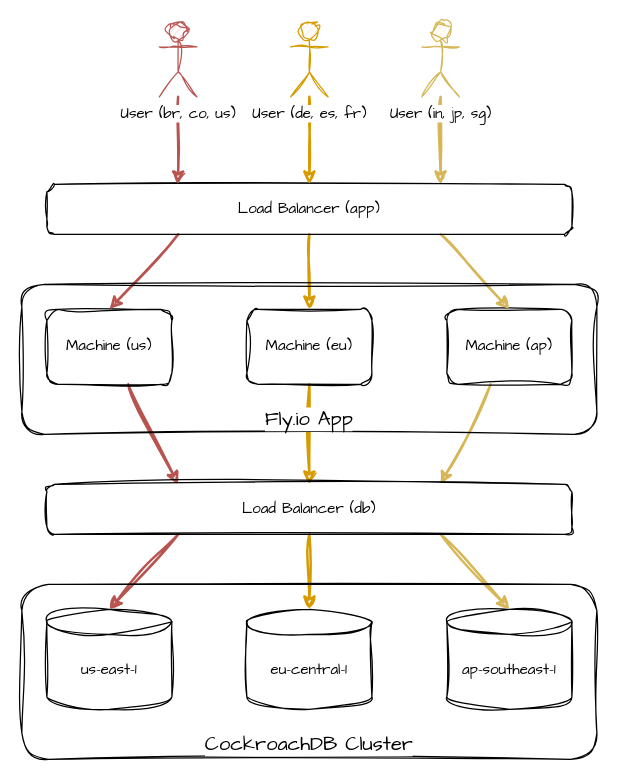
Earlier version of the draw.io diagram use_cases/ecommerce/architecture.drawio (cockroachdb/demo-video-code). Source tidied: cells renumbered, new cells numbered last; positions are measured from the earlier drawing's top-left corner, leaving out a move shared by most shapes. Both pictures are drawn from the tidied source at 125%, with x=0, y=0 at pixel (21, 21).
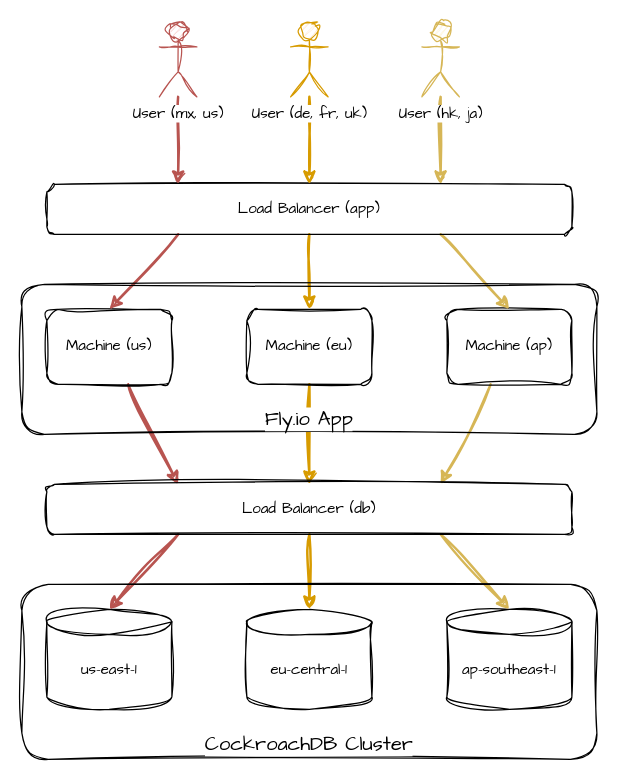
Above is the later version.

Change to the diagram source:
```diff
@@
-    <mxCell id="20" value="User (br, co, us)" style="shape=umlActor;verticalLabelPosition=bottom;verticalAlign=top;html=1;outlineConnect=0;sketch=1;hachureGap=4;jiggle=2;curveFitting=1;fontFamily=Architects Daughter;fontSize=12;fillColor=#f8cecc;labelBackgroundColor=default;strokeColor=#b85450;" parent="1" vertex="1">
+    <mxCell id="20" value="User (mx, us)" style="shape=umlActor;verticalLabelPosition=bottom;verticalAlign=top;html=1;outlineConnect=0;sketch=1;hachureGap=4;jiggle=2;curveFitting=1;fontFamily=Architects Daughter;fontSize=12;fillColor=#f8cecc;labelBackgroundColor=default;strokeColor=#b85450;" parent="1" vertex="1">
       <mxGeometry x="110" width="30" height="60" as="geometry" />
     </mxCell>
@@
-    <mxCell id="22" value="User (de, es, fr)" style="shape=umlActor;verticalLabelPosition=bottom;verticalAlign=top;html=1;outlineConnect=0;sketch=1;hachureGap=4;jiggle=2;curveFitting=1;fontFamily=Architects Daughter;fontSize=12;fillColor=#ffe6cc;labelBackgroundColor=default;strokeColor=#d79b00;" parent="1" vertex="1">
+    <mxCell id="22" value="User (de, fr, uk)" style="shape=umlActor;verticalLabelPosition=bottom;verticalAlign=top;html=1;outlineConnect=0;sketch=1;hachureGap=4;jiggle=2;curveFitting=1;fontFamily=Architects Daughter;fontSize=12;fillColor=#ffe6cc;labelBackgroundColor=default;strokeColor=#d79b00;" parent="1" vertex="1">
       <mxGeometry x="215" width="30" height="60" as="geometry" />
     </mxCell>
@@
-    <mxCell id="24" value="User (in, jp, sg)" style="shape=umlActor;verticalLabelPosition=bottom;verticalAlign=top;html=1;outlineConnect=0;sketch=1;hachureGap=4;jiggle=2;curveFitting=1;fontFamily=Architects Daughter;fontSize=12;fillColor=#fff2cc;labelBackgroundColor=default;strokeColor=#d6b656;" parent="1" vertex="1">
+    <mxCell id="24" value="User (hk, ja)" style="shape=umlActor;verticalLabelPosition=bottom;verticalAlign=top;html=1;outlineConnect=0;sketch=1;hachureGap=4;jiggle=2;curveFitting=1;fontFamily=Architects Daughter;fontSize=12;fillColor=#fff2cc;labelBackgroundColor=default;strokeColor=#d6b656;" parent="1" vertex="1">
       <mxGeometry x="320" width="30" height="60" as="geometry" />
     </mxCell>
```
